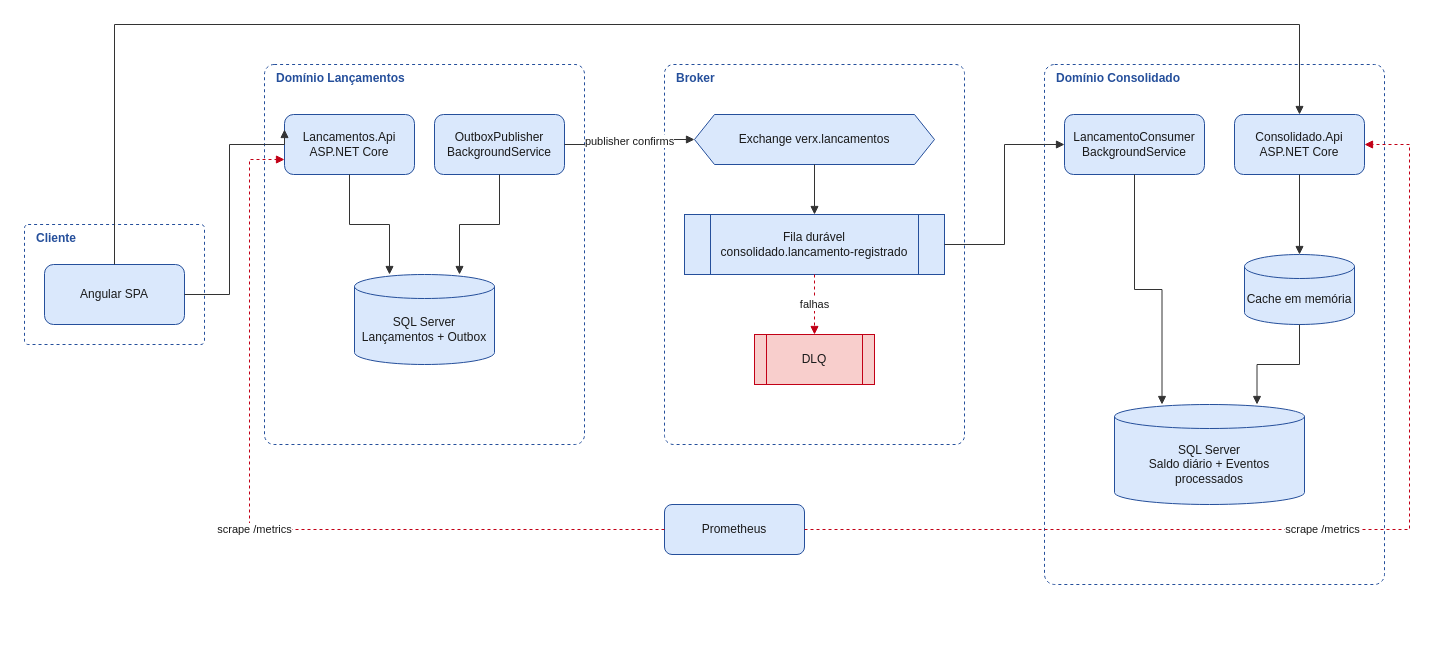
Above: page "2.2 Containers (C4 nível 2)" (2 of 3) of docs/diagramas/arquitetura-alvo.drawio in AugustinhoCelestino/verx (draw.io), before the change. Source tidied: cells renumbered, new cells numbered last; positions are measured from the earlier drawing's top-left corner, leaving out a move shared by most shapes. Both pictures are drawn from the tidied source at 100%, with x=0, y=0 at pixel (24, 24).
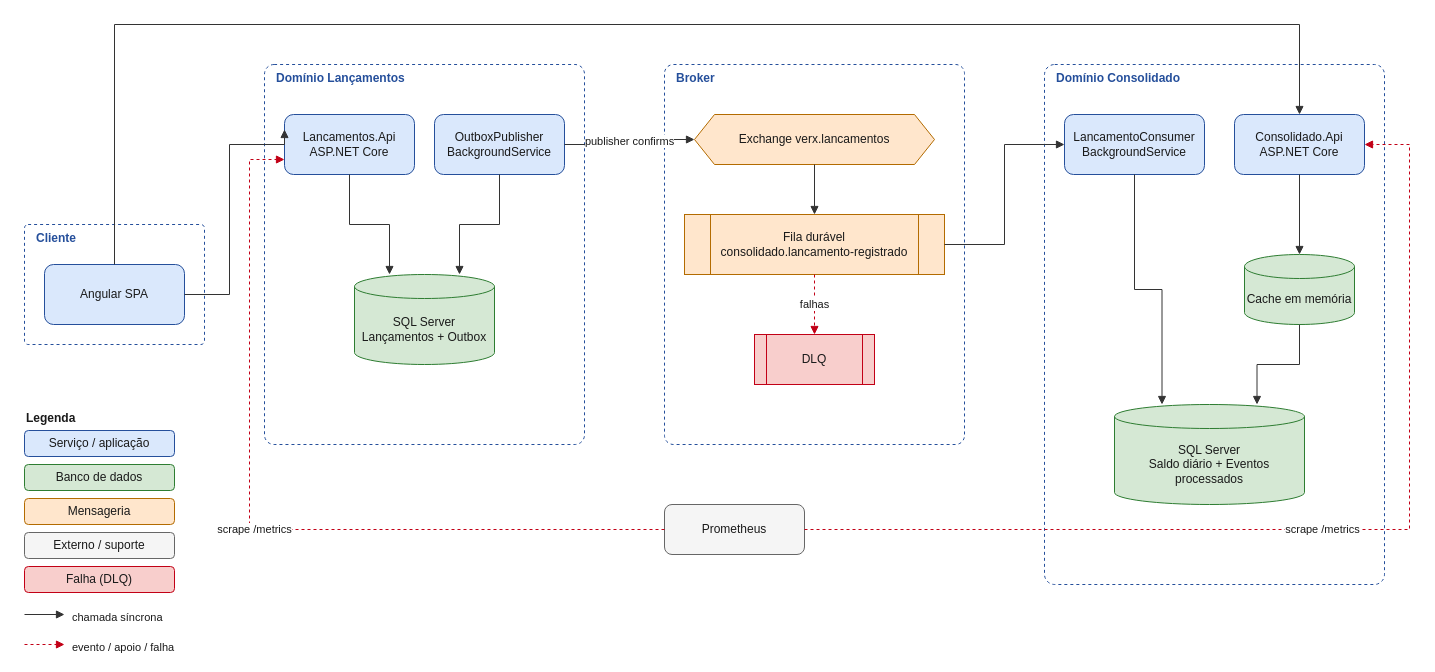
The same page after the edit.

What changed in the source:
```diff
@@
-    <mxCell id="9" value="SQL Server&lt;br&gt;Lançamentos + Outbox" style="shape=cylinder3;whiteSpace=wrap;html=1;boundedLbl=1;backgroundOutline=1;size=12;fillColor=#DAE8FC;strokeColor=#254F9B;fontColor=#1A1A1A;" parent="1" vertex="1">
+    <mxCell id="9" value="SQL Server&lt;br&gt;Lançamentos + Outbox" style="shape=cylinder3;whiteSpace=wrap;html=1;boundedLbl=1;backgroundOutline=1;size=12;fillColor=#D5E8D4;strokeColor=#2E7D32;fontColor=#1A1A1A;" parent="1" vertex="1">
       <mxGeometry x="330" y="250" width="140" height="90" as="geometry" />
     </mxCell>
-    <mxCell id="10" value="Exchange verx.lancamentos" style="shape=hexagon;perimeter=hexagonPerimeter2;whiteSpace=wrap;html=1;fixedSize=1;fillColor=#DAE8FC;strokeColor=#254F9B;fontColor=#1A1A1A;" parent="1" vertex="1">
+    <mxCell id="10" value="Exchange verx.lancamentos" style="shape=hexagon;perimeter=hexagonPerimeter2;whiteSpace=wrap;html=1;fixedSize=1;fillColor=#FFE6CC;strokeColor=#B36B00;fontColor=#1A1A1A;" parent="1" vertex="1">
       <mxGeometry x="670" y="90" width="240" height="50" as="geometry" />
     </mxCell>
-    <mxCell id="11" value="Fila durável&lt;br&gt;consolidado.lancamento-registrado" style="shape=process;whiteSpace=wrap;html=1;backgroundOutline=1;fillColor=#DAE8FC;strokeColor=#254F9B;fontColor=#1A1A1A;" parent="1" vertex="1">
+    <mxCell id="11" value="Fila durável&lt;br&gt;consolidado.lancamento-registrado" style="shape=process;whiteSpace=wrap;html=1;backgroundOutline=1;fillColor=#FFE6CC;strokeColor=#B36B00;fontColor=#1A1A1A;" parent="1" vertex="1">
       <mxGeometry x="660" y="190" width="260" height="60" as="geometry" />
     </mxCell>
@@
-    <mxCell id="15" value="Cache em memória" style="shape=cylinder3;whiteSpace=wrap;html=1;boundedLbl=1;backgroundOutline=1;size=12;fillColor=#DAE8FC;strokeColor=#254F9B;fontColor=#1A1A1A;" parent="1" vertex="1">
+    <mxCell id="15" value="Cache em memória" style="shape=cylinder3;whiteSpace=wrap;html=1;boundedLbl=1;backgroundOutline=1;size=12;fillColor=#D5E8D4;strokeColor=#2E7D32;fontColor=#1A1A1A;" parent="1" vertex="1">
       <mxGeometry x="1220" y="230" width="110" height="70" as="geometry" />
     </mxCell>
-    <mxCell id="16" value="SQL Server&lt;br&gt;Saldo diário + Eventos processados" style="shape=cylinder3;whiteSpace=wrap;html=1;boundedLbl=1;backgroundOutline=1;size=12;fillColor=#DAE8FC;strokeColor=#254F9B;fontColor=#1A1A1A;" parent="1" vertex="1">
+    <mxCell id="16" value="SQL Server&lt;br&gt;Saldo diário + Eventos processados" style="shape=cylinder3;whiteSpace=wrap;html=1;boundedLbl=1;backgroundOutline=1;size=12;fillColor=#D5E8D4;strokeColor=#2E7D32;fontColor=#1A1A1A;" parent="1" vertex="1">
       <mxGeometry x="1090" y="380" width="190" height="100" as="geometry" />
     </mxCell>
-    <mxCell id="17" value="Prometheus" style="rounded=1;whiteSpace=wrap;html=1;fillColor=#DAE8FC;strokeColor=#254F9B;fontColor=#1A1A1A;" parent="1" vertex="1">
+    <mxCell id="17" value="Prometheus" style="rounded=1;whiteSpace=wrap;html=1;fillColor=#F5F5F5;strokeColor=#666666;fontColor=#1A1A1A;" parent="1" vertex="1">
       <mxGeometry x="640" y="480" width="140" height="50" as="geometry" />
     </mxCell>
@@
+    <mxCell id="31" value="Legenda" style="text;html=1;fontStyle=1;align=left;fontColor=#1A1A1A;" parent="1" vertex="1">
+      <mxGeometry y="380" width="120" height="20" as="geometry" />
+    </mxCell>
+    <mxCell id="32" value="Serviço / aplicação" style="rounded=1;whiteSpace=wrap;html=1;fillColor=#DAE8FC;strokeColor=#254F9B;fontColor=#1A1A1A;" parent="1" vertex="1">
+      <mxGeometry y="406" width="150" height="26" as="geometry" />
+    </mxCell>
+    <mxCell id="33" value="Banco de dados" style="rounded=1;whiteSpace=wrap;html=1;boundedLbl=1;backgroundOutline=1;size=12;fillColor=#D5E8D4;strokeColor=#2E7D32;fontColor=#1A1A1A;" parent="1" vertex="1">
+      <mxGeometry y="440" width="150" height="26" as="geometry" />
+    </mxCell>
+    <mxCell id="34" value="Mensageria" style="rounded=1;whiteSpace=wrap;html=1;fillColor=#FFE6CC;strokeColor=#B36B00;fontColor=#1A1A1A;" parent="1" vertex="1">
+      <mxGeometry y="474" width="150" height="26" as="geometry" />
+    </mxCell>
+    <mxCell id="35" value="Externo / suporte" style="rounded=1;whiteSpace=wrap;html=1;fillColor=#F5F5F5;strokeColor=#666666;fontColor=#1A1A1A;" parent="1" vertex="1">
+      <mxGeometry y="508" width="150" height="26" as="geometry" />
+    </mxCell>
+    <mxCell id="36" value="Falha (DLQ)" style="rounded=1;whiteSpace=wrap;html=1;fillColor=#F8CECC;strokeColor=#C20016;fontColor=#1A1A1A;" parent="1" vertex="1">
+      <mxGeometry y="542" width="150" height="26" as="geometry" />
+    </mxCell>
+    <mxCell id="37" style="endArrow=block;endFill=1;html=1;strokeColor=#333333;fontColor=#1A1A1A;labelBackgroundColor=#FFFFFF;edgeStyle=orthogonalEdgeStyle;rounded=0;" parent="1" edge="1">
+      <mxGeometry relative="1" as="geometry">
+        <mxPoint y="590" as="sourcePoint" />
+        <mxPoint x="40" y="590" as="targetPoint" />
+      </mxGeometry>
+    </mxCell>
+    <mxCell id="38" value="chamada síncrona" style="text;html=1;align=left;fontSize=11;fontColor=#1A1A1A;" parent="1" vertex="1">
+      <mxGeometry x="46" y="580" width="110" height="20" as="geometry" />
+    </mxCell>
+    <mxCell id="39" style="endArrow=block;endFill=1;html=1;strokeColor=#C20016;fontColor=#1A1A1A;labelBackgroundColor=#FFFFFF;edgeStyle=orthogonalEdgeStyle;rounded=0;dashed=1;" parent="1" edge="1">
+      <mxGeometry relative="1" as="geometry">
+        <mxPoint y="620" as="sourcePoint" />
+        <mxPoint x="40" y="620" as="targetPoint" />
+      </mxGeometry>
+    </mxCell>
+    <mxCell id="40" value="evento / apoio / falha" style="text;html=1;align=left;fontSize=11;fontColor=#1A1A1A;" parent="1" vertex="1">
+      <mxGeometry x="46" y="610" width="110" height="20" as="geometry" />
+    </mxCell>
```
